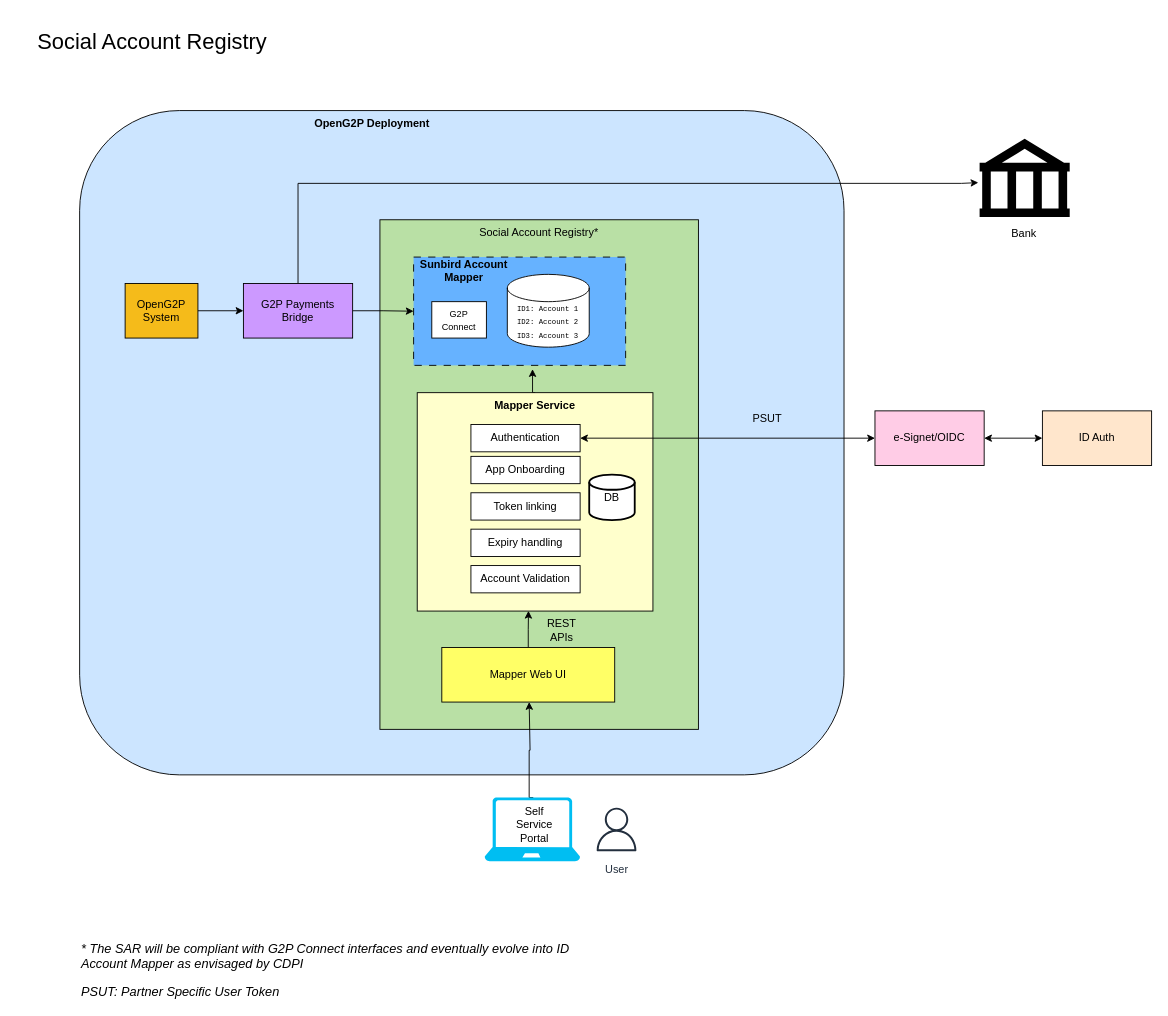
Above: .gitbook/assets/social-account-registry.drawio in OpenG2P/openg2p-documentation (draw.io), before the change. Source tidied: cells renumbered, new cells numbered last; positions are measured from the earlier drawing's top-left corner, leaving out a move shared by most shapes. Both pictures are drawn from the tidied source at 91%, with x=0, y=0 at pixel (15, 28).
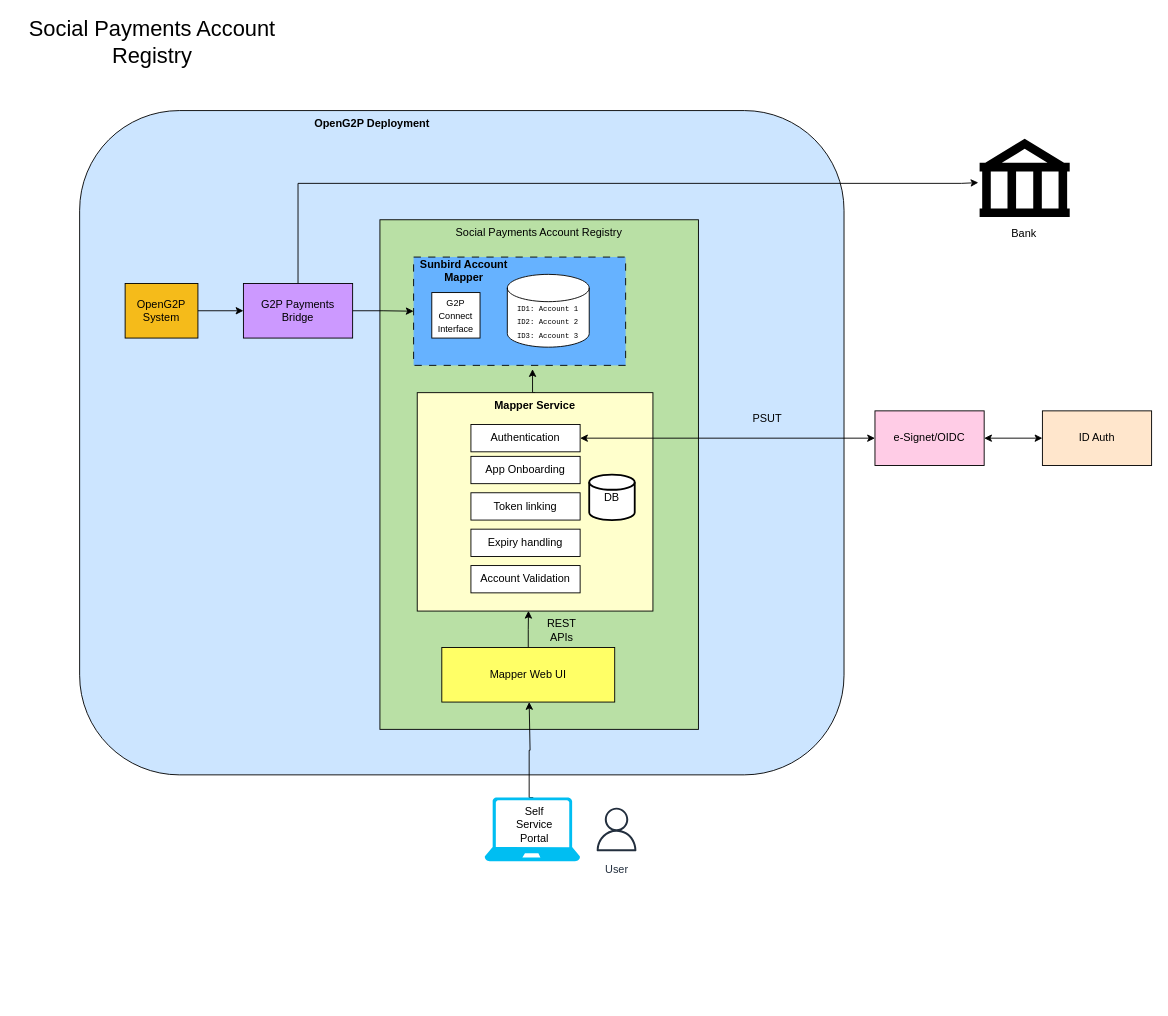
The same diagram, later.

What changed in the source:
```diff
@@
-    <mxCell id="3" value="Social Account Registry*" style="rounded=0;whiteSpace=wrap;html=1;verticalAlign=top;fillColor=#B9E0A5;" parent="1" vertex="1">
+    <mxCell id="3" value="Social Payments Account Registry" style="rounded=0;whiteSpace=wrap;html=1;verticalAlign=top;fillColor=#B9E0A5;" parent="1" vertex="1">
       <mxGeometry x="400" y="210" width="350" height="560" as="geometry" />
     </mxCell>
-    <mxCell id="4" value="&lt;font style=&quot;font-size: 24px;&quot;&gt;Social Account Registry&lt;/font&gt;" style="text;html=1;strokeColor=none;fillColor=none;align=center;verticalAlign=middle;whiteSpace=wrap;rounded=0;" parent="1" vertex="1">
+    <mxCell id="4" value="&lt;font style=&quot;font-size: 24px;&quot;&gt;Social Payments Account Registry&lt;/font&gt;" style="text;html=1;strokeColor=none;fillColor=none;align=center;verticalAlign=middle;whiteSpace=wrap;rounded=0;" parent="1" vertex="1">
       <mxGeometry width="300" height="30" as="geometry" />
     </mxCell>
@@
-    <mxCell id="12" value="&lt;i&gt;&lt;font style=&quot;font-size: 14px;&quot;&gt;* The SAR will be compliant with G2P Connect interfaces and eventually evolve into ID Account Mapper as envisaged by CDPI&amp;nbsp;&lt;br&gt;&lt;/font&gt;&lt;br&gt;&lt;font style=&quot;font-size: 14px;&quot;&gt;PSUT: Partner Specific User Token&lt;/font&gt;&lt;br&gt;&lt;/i&gt;" style="text;html=1;strokeColor=none;fillColor=none;align=left;verticalAlign=middle;whiteSpace=wrap;rounded=0;" parent="1" vertex="1">
-      <mxGeometry x="70" y="1020" width="540" height="30" as="geometry" />
-    </mxCell>
-    <mxCell id="13" value="&lt;font style=&quot;font-size: 10px;&quot;&gt;G2P Connect&lt;/font&gt;" style="rounded=0;whiteSpace=wrap;html=1;" parent="1" vertex="1">
-      <mxGeometry x="457" y="300" width="60" height="40" as="geometry" />
+    <mxCell id="13" value="&lt;font style=&quot;font-size: 10px;&quot;&gt;G2P Connect Interface&lt;/font&gt;" style="rounded=0;whiteSpace=wrap;html=1;" parent="1" vertex="1">
+      <mxGeometry x="457" y="290" width="53" height="50" as="geometry" />
     </mxCell>
```
